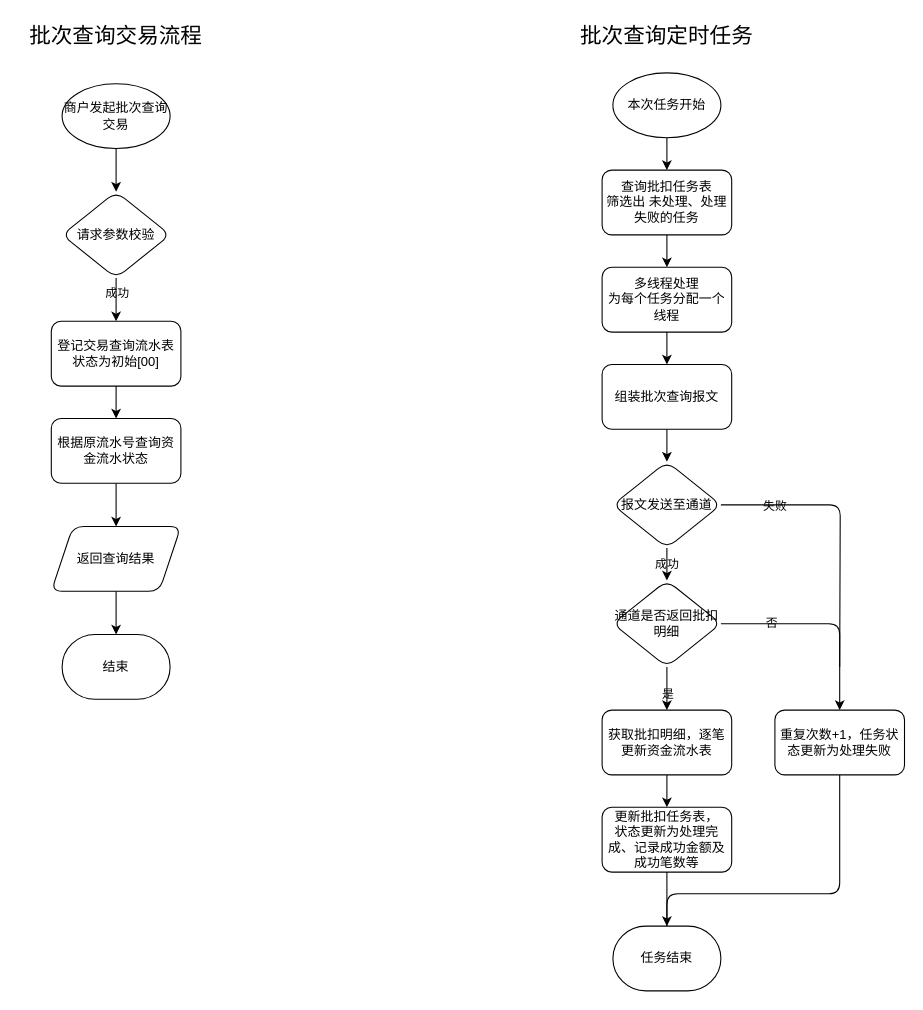
This is 批次查询流程.drawio from gaofv/draw, a draw.io file, before an edit. Source tidied: cells renumbered, new cells numbered last; positions are measured from the earlier drawing's top-left corner, leaving out a move shared by most shapes. Both pictures are drawn from the tidied source at 108%, with x=0, y=0 at pixel (18, 18).
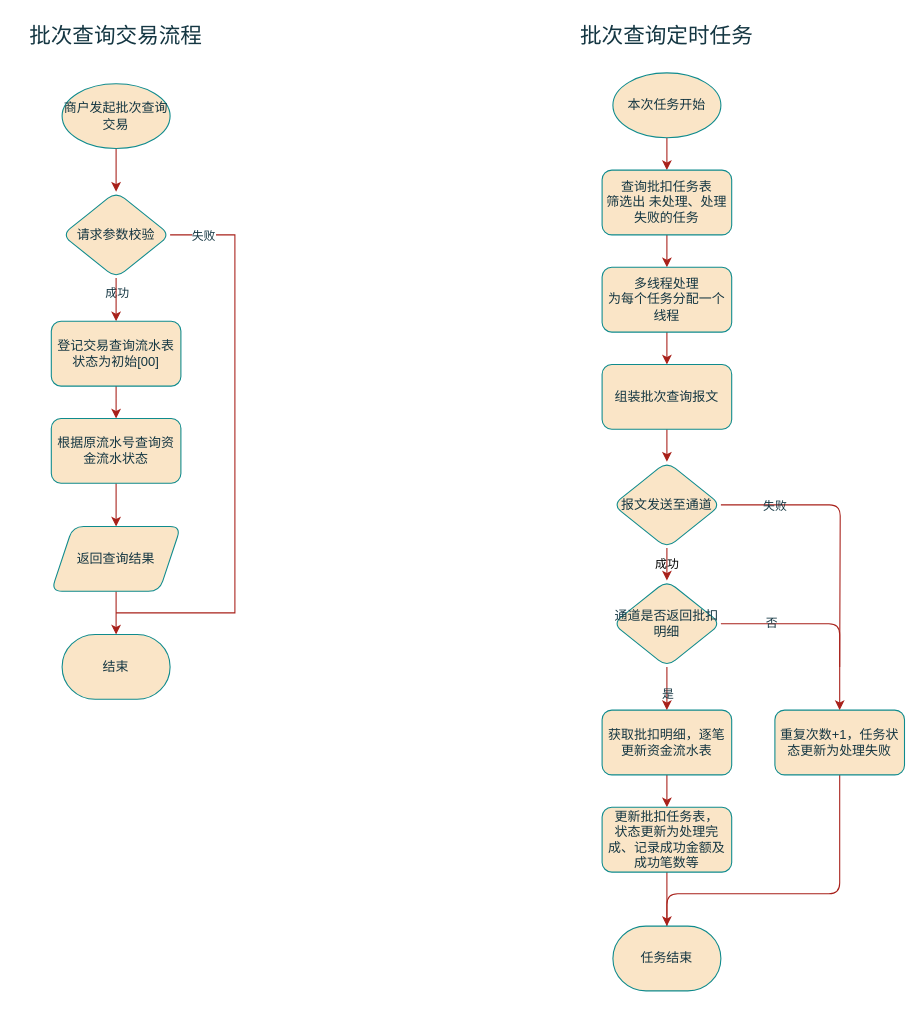
The same page after the edit.

Commit message:
更新批次查询流程.drawio

The edit, as a diff of the source:
```diff
@@
-    <mxCell id="2" style="edgeStyle=orthogonalEdgeStyle;jettySize=auto;html=1;labelBackgroundColor=none;labelBorderColor=none;fontColor=default;" parent="1" edge="1" source="3" target="6">
+    <mxCell id="2" style="edgeStyle=orthogonalEdgeStyle;jettySize=auto;html=1;labelBackgroundColor=none;labelBorderColor=none;fontColor=default;strokeColor=#A8201A;" parent="1" edge="1" source="3" target="6">
       <mxGeometry relative="1" as="geometry" />
     </mxCell>
-    <mxCell id="3" value="商户发起批次查询交易" style="strokeWidth=1;html=1;shape=mxgraph.flowchart.start_1;whiteSpace=wrap;labelBackgroundColor=none;rounded=1;labelBorderColor=none;" parent="1" vertex="1">
+    <mxCell id="3" value="商户发起批次查询交易" style="strokeWidth=1;html=1;shape=mxgraph.flowchart.start_1;whiteSpace=wrap;labelBackgroundColor=none;rounded=1;labelBorderColor=none;fillColor=#FAE5C7;strokeColor=#0F8B8D;fontColor=#143642;" parent="1" vertex="1">
       <mxGeometry x="40" y="60" width="100" height="60" as="geometry" />
     </mxCell>
-    <mxCell id="4" value="成功" style="edgeLabel;html=1;align=center;verticalAlign=middle;labelBackgroundColor=none;labelBorderColor=none;rounded=1;" parent="1" vertex="1">
+    <mxCell id="4" value="成功" style="edgeLabel;html=1;align=center;verticalAlign=middle;labelBackgroundColor=none;labelBorderColor=none;rounded=1;fontColor=#143642;" parent="1" vertex="1">
       <mxGeometry x="90" y="253.7" as="geometry" />
     </mxCell>
-    <mxCell id="5" style="edgeStyle=orthogonalEdgeStyle;rounded=1;jettySize=auto;html=1;labelBackgroundColor=none;labelBorderColor=none;fontColor=default;" parent="1" edge="1" source="6" target="9">
+    <mxCell id="5" style="edgeStyle=orthogonalEdgeStyle;rounded=1;jettySize=auto;html=1;labelBackgroundColor=none;labelBorderColor=none;fontColor=default;strokeColor=#A8201A;" parent="1" edge="1" source="6" target="9">
       <mxGeometry relative="1" as="geometry" />
     </mxCell>
+    <mxCell id="40" style="edgeStyle=orthogonalEdgeStyle;rounded=0;jettySize=auto;html=1;strokeColor=#A8201A;fontColor=#143642;fillColor=#FAE5C7;endArrow=none;endFill=0;" parent="1" edge="1" source="6">
+      <mxGeometry relative="1" as="geometry">
+        <mxPoint x="90" y="550" as="targetPoint" />
+        <Array as="points">
+          <mxPoint x="200" y="200" />
+          <mxPoint x="200" y="550" />
+        </Array>
+      </mxGeometry>
+    </mxCell>
+    <mxCell id="41" value="失败" style="edgeLabel;html=1;align=center;verticalAlign=middle;fontColor=#143642;" parent="40" vertex="1">
+      <mxGeometry x="-0.84" y="-4" relative="1" as="geometry">
+        <mxPoint x="-12" y="-4" as="offset" />
+      </mxGeometry>
+    </mxCell>
-    <mxCell id="6" value="请求参数校验" style="rhombus;whiteSpace=wrap;html=1;strokeWidth=1;labelBackgroundColor=none;rounded=1;labelBorderColor=none;" parent="1" vertex="1">
+    <mxCell id="6" value="请求参数校验" style="rhombus;whiteSpace=wrap;html=1;strokeWidth=1;labelBackgroundColor=none;rounded=1;labelBorderColor=none;fillColor=#FAE5C7;strokeColor=#0F8B8D;fontColor=#143642;" parent="1" vertex="1">
       <mxGeometry x="40" y="160" width="100" height="80" as="geometry" />
     </mxCell>
-    <mxCell id="7" value="结束" style="strokeWidth=1;html=1;shape=mxgraph.flowchart.terminator;whiteSpace=wrap;labelBackgroundColor=none;rounded=1;labelBorderColor=none;" parent="1" vertex="1">
+    <mxCell id="7" value="结束" style="strokeWidth=1;html=1;shape=mxgraph.flowchart.terminator;whiteSpace=wrap;labelBackgroundColor=none;rounded=1;labelBorderColor=none;fillColor=#FAE5C7;strokeColor=#0F8B8D;fontColor=#143642;" parent="1" vertex="1">
       <mxGeometry x="40" y="570" width="100" height="60" as="geometry" />
     </mxCell>
-    <mxCell id="8" style="edgeStyle=orthogonalEdgeStyle;jettySize=auto;html=1;labelBackgroundColor=none;labelBorderColor=none;fontColor=default;" parent="1" edge="1" source="9" target="11">
+    <mxCell id="8" style="edgeStyle=orthogonalEdgeStyle;jettySize=auto;html=1;labelBackgroundColor=none;labelBorderColor=none;fontColor=default;strokeColor=#A8201A;" parent="1" edge="1" source="9" target="11">
       <mxGeometry relative="1" as="geometry" />
     </mxCell>
-    <mxCell id="9" value="登记交易查询流水表&lt;br&gt;状态为初始[00]" style="whiteSpace=wrap;html=1;strokeWidth=1;labelBackgroundColor=none;rounded=1;labelBorderColor=none;" parent="1" vertex="1">
+    <mxCell id="9" value="登记交易查询流水表&lt;br&gt;状态为初始[00]" style="whiteSpace=wrap;html=1;strokeWidth=1;labelBackgroundColor=none;rounded=1;labelBorderColor=none;fillColor=#FAE5C7;strokeColor=#0F8B8D;fontColor=#143642;" parent="1" vertex="1">
       <mxGeometry x="30" y="280" width="120" height="60" as="geometry" />
     </mxCell>
-    <mxCell id="10" style="edgeStyle=orthogonalEdgeStyle;jettySize=auto;html=1;labelBackgroundColor=none;labelBorderColor=none;fontColor=default;" parent="1" edge="1" source="11" target="13">
+    <mxCell id="10" style="edgeStyle=orthogonalEdgeStyle;jettySize=auto;html=1;labelBackgroundColor=none;labelBorderColor=none;fontColor=default;strokeColor=#A8201A;" parent="1" edge="1" source="11" target="13">
       <mxGeometry relative="1" as="geometry" />
     </mxCell>
-    <mxCell id="11" value="根据原流水号查询资金流水状态" style="whiteSpace=wrap;html=1;strokeWidth=1;labelBackgroundColor=none;rounded=1;labelBorderColor=none;" parent="1" vertex="1">
+    <mxCell id="11" value="根据原流水号查询资金流水状态" style="whiteSpace=wrap;html=1;strokeWidth=1;labelBackgroundColor=none;rounded=1;labelBorderColor=none;fillColor=#FAE5C7;strokeColor=#0F8B8D;fontColor=#143642;" parent="1" vertex="1">
       <mxGeometry x="30" y="370" width="120" height="60" as="geometry" />
     </mxCell>
-    <mxCell id="12" style="edgeStyle=orthogonalEdgeStyle;jettySize=auto;html=1;labelBackgroundColor=none;labelBorderColor=none;fontColor=default;" parent="1" edge="1" source="13" target="7">
+    <mxCell id="12" style="edgeStyle=orthogonalEdgeStyle;jettySize=auto;html=1;labelBackgroundColor=none;labelBorderColor=none;fontColor=default;strokeColor=#A8201A;" parent="1" edge="1" source="13" target="7">
       <mxGeometry relative="1" as="geometry" />
     </mxCell>
-    <mxCell id="13" value="返回查询结果" style="shape=parallelogram;perimeter=parallelogramPerimeter;whiteSpace=wrap;html=1;fixedSize=1;strokeWidth=1;labelBackgroundColor=none;rounded=1;labelBorderColor=none;" parent="1" vertex="1">
+    <mxCell id="13" value="返回查询结果" style="shape=parallelogram;perimeter=parallelogramPerimeter;whiteSpace=wrap;html=1;fixedSize=1;strokeWidth=1;labelBackgroundColor=none;rounded=1;labelBorderColor=none;fillColor=#FAE5C7;strokeColor=#0F8B8D;fontColor=#143642;" parent="1" vertex="1">
       <mxGeometry x="30" y="470" width="120" height="60" as="geometry" />
     </mxCell>
-    <mxCell id="14" value="批次查询交易流程" style="text;html=1;strokeColor=none;fillColor=none;align=center;verticalAlign=middle;whiteSpace=wrap;rounded=1;fontSize=20;labelBackgroundColor=none;labelBorderColor=none;" parent="1" vertex="1">
+    <mxCell id="14" value="批次查询交易流程" style="text;html=1;strokeColor=none;fillColor=none;align=center;verticalAlign=middle;whiteSpace=wrap;rounded=1;fontSize=20;labelBackgroundColor=none;labelBorderColor=none;fontColor=#143642;" parent="1" vertex="1">
       <mxGeometry width="180" height="30" as="geometry" />
     </mxCell>
-    <mxCell id="15" value="批次查询定时任务" style="text;html=1;strokeColor=none;fillColor=none;align=center;verticalAlign=middle;whiteSpace=wrap;rounded=1;fontSize=20;labelBackgroundColor=none;labelBorderColor=none;" parent="1" vertex="1">
+    <mxCell id="15" value="批次查询定时任务" style="text;html=1;strokeColor=none;fillColor=none;align=center;verticalAlign=middle;whiteSpace=wrap;rounded=1;fontSize=20;labelBackgroundColor=none;labelBorderColor=none;fontColor=#143642;" parent="1" vertex="1">
       <mxGeometry x="490" width="220" height="30" as="geometry" />
     </mxCell>
-    <mxCell id="16" style="edgeStyle=orthogonalEdgeStyle;rounded=1;jettySize=auto;html=1;labelBackgroundColor=none;labelBorderColor=none;fontColor=default;" parent="1" edge="1" source="17" target="19">
+    <mxCell id="16" style="edgeStyle=orthogonalEdgeStyle;rounded=1;jettySize=auto;html=1;labelBackgroundColor=none;labelBorderColor=none;fontColor=default;strokeColor=#A8201A;" parent="1" edge="1" source="17" target="19">
       <mxGeometry relative="1" as="geometry" />
     </mxCell>
-    <mxCell id="17" value="本次任务开始" style="strokeWidth=1;html=1;shape=mxgraph.flowchart.start_1;whiteSpace=wrap;labelBackgroundColor=none;rounded=1;labelBorderColor=none;" parent="1" vertex="1">
+    <mxCell id="17" value="本次任务开始" style="strokeWidth=1;html=1;shape=mxgraph.flowchart.start_1;whiteSpace=wrap;labelBackgroundColor=none;rounded=1;labelBorderColor=none;fillColor=#FAE5C7;strokeColor=#0F8B8D;fontColor=#143642;" parent="1" vertex="1">
       <mxGeometry x="550" y="50" width="100" height="60" as="geometry" />
     </mxCell>
-    <mxCell id="18" style="edgeStyle=orthogonalEdgeStyle;rounded=1;jettySize=auto;html=1;labelBackgroundColor=none;labelBorderColor=none;fontColor=default;" parent="1" edge="1" source="19" target="21">
+    <mxCell id="18" style="edgeStyle=orthogonalEdgeStyle;rounded=1;jettySize=auto;html=1;labelBackgroundColor=none;labelBorderColor=none;fontColor=default;strokeColor=#A8201A;" parent="1" edge="1" source="19" target="21">
       <mxGeometry relative="1" as="geometry" />
     </mxCell>
-    <mxCell id="19" value="查询批扣任务表&lt;br&gt;筛选出 未处理、处理失败的任务" style="whiteSpace=wrap;html=1;strokeWidth=1;labelBackgroundColor=none;rounded=1;labelBorderColor=none;" parent="1" vertex="1">
+    <mxCell id="19" value="查询批扣任务表&lt;br&gt;筛选出 未处理、处理失败的任务" style="whiteSpace=wrap;html=1;strokeWidth=1;labelBackgroundColor=none;rounded=1;labelBorderColor=none;fillColor=#FAE5C7;strokeColor=#0F8B8D;fontColor=#143642;" parent="1" vertex="1">
       <mxGeometry x="540" y="140" width="120" height="60" as="geometry" />
     </mxCell>
-    <mxCell id="20" style="edgeStyle=orthogonalEdgeStyle;rounded=1;jettySize=auto;html=1;labelBackgroundColor=none;labelBorderColor=none;fontColor=default;" parent="1" edge="1" source="21" target="23">
+    <mxCell id="20" style="edgeStyle=orthogonalEdgeStyle;rounded=1;jettySize=auto;html=1;labelBackgroundColor=none;labelBorderColor=none;fontColor=default;strokeColor=#A8201A;" parent="1" edge="1" source="21" target="23">
       <mxGeometry relative="1" as="geometry" />
     </mxCell>
-    <mxCell id="21" value="多线程处理&lt;br&gt;为每个任务分配一个线程" style="whiteSpace=wrap;html=1;strokeWidth=1;labelBackgroundColor=none;rounded=1;labelBorderColor=none;" parent="1" vertex="1">
+    <mxCell id="21" value="多线程处理&lt;br&gt;为每个任务分配一个线程" style="whiteSpace=wrap;html=1;strokeWidth=1;labelBackgroundColor=none;rounded=1;labelBorderColor=none;fillColor=#FAE5C7;strokeColor=#0F8B8D;fontColor=#143642;" parent="1" vertex="1">
       <mxGeometry x="540" y="230" width="120" height="60" as="geometry" />
     </mxCell>
-    <mxCell id="22" style="edgeStyle=orthogonalEdgeStyle;rounded=1;jettySize=auto;html=1;labelBackgroundColor=none;labelBorderColor=none;fontColor=default;" parent="1" edge="1" source="23" target="27">
+    <mxCell id="22" style="edgeStyle=orthogonalEdgeStyle;rounded=1;jettySize=auto;html=1;labelBackgroundColor=none;labelBorderColor=none;fontColor=default;strokeColor=#A8201A;" parent="1" edge="1" source="23" target="27">
       <mxGeometry relative="1" as="geometry" />
     </mxCell>
-    <mxCell id="23" value="组装批次查询报文" style="whiteSpace=wrap;html=1;strokeWidth=1;labelBackgroundColor=none;rounded=1;labelBorderColor=none;" parent="1" vertex="1">
+    <mxCell id="23" value="组装批次查询报文" style="whiteSpace=wrap;html=1;strokeWidth=1;labelBackgroundColor=none;rounded=1;labelBorderColor=none;fillColor=#FAE5C7;strokeColor=#0F8B8D;fontColor=#143642;" parent="1" vertex="1">
       <mxGeometry x="540" y="320" width="120" height="60" as="geometry" />
     </mxCell>
-    <mxCell id="24" style="edgeStyle=orthogonalEdgeStyle;rounded=1;jettySize=auto;html=1;endArrow=none;endFill=0;labelBackgroundColor=none;labelBorderColor=none;fontColor=default;" parent="1" edge="1" source="27">
+    <mxCell id="24" style="edgeStyle=orthogonalEdgeStyle;rounded=1;jettySize=auto;html=1;endArrow=none;endFill=0;labelBackgroundColor=none;labelBorderColor=none;fontColor=default;strokeColor=#A8201A;" parent="1" edge="1" source="27">
       <mxGeometry relative="1" as="geometry">
         <mxPoint x="760" y="600" as="targetPoint" />
       </mxGeometry>
     </mxCell>
-    <mxCell id="25" value="失败" style="edgeLabel;html=1;align=center;verticalAlign=middle;labelBackgroundColor=none;labelBorderColor=none;rounded=1;" parent="24" vertex="1">
+    <mxCell id="25" value="失败" style="edgeLabel;html=1;align=center;verticalAlign=middle;labelBackgroundColor=none;labelBorderColor=none;rounded=1;fontColor=#143642;" parent="24" vertex="1">
       <mxGeometry x="-0.36" y="2" relative="1" as="geometry">
         <mxPoint x="-34" y="2" as="offset" />
       </mxGeometry>
     </mxCell>
-    <mxCell id="26" value="成功" style="edgeStyle=orthogonalEdgeStyle;rounded=1;jettySize=auto;html=1;labelBackgroundColor=none;labelBorderColor=none;fontColor=default;" parent="1" edge="1" source="27" target="36">
+    <mxCell id="26" value="成功" style="edgeStyle=orthogonalEdgeStyle;rounded=1;jettySize=auto;html=1;labelBackgroundColor=none;labelBorderColor=none;fontColor=default;strokeColor=#A8201A;" parent="1" edge="1" source="27" target="36">
       <mxGeometry relative="1" as="geometry" />
     </mxCell>
-    <mxCell id="27" value="报文发送至通道" style="rhombus;whiteSpace=wrap;html=1;strokeWidth=1;labelBackgroundColor=none;rounded=1;labelBorderColor=none;" parent="1" vertex="1">
+    <mxCell id="27" value="报文发送至通道" style="rhombus;whiteSpace=wrap;html=1;strokeWidth=1;labelBackgroundColor=none;rounded=1;labelBorderColor=none;fillColor=#FAE5C7;strokeColor=#0F8B8D;fontColor=#143642;" parent="1" vertex="1">
       <mxGeometry x="550" y="410" width="100" height="80" as="geometry" />
     </mxCell>
-    <mxCell id="28" style="edgeStyle=orthogonalEdgeStyle;rounded=1;jettySize=auto;html=1;labelBackgroundColor=none;labelBorderColor=none;fontColor=default;" parent="1" edge="1" source="29" target="38">
+    <mxCell id="28" style="edgeStyle=orthogonalEdgeStyle;rounded=1;jettySize=auto;html=1;labelBackgroundColor=none;labelBorderColor=none;fontColor=default;strokeColor=#A8201A;" parent="1" edge="1" source="29" target="38">
       <mxGeometry relative="1" as="geometry" />
     </mxCell>
-    <mxCell id="29" value="获取批扣明细，逐笔更新资金流水表" style="whiteSpace=wrap;html=1;strokeWidth=1;labelBackgroundColor=none;rounded=1;labelBorderColor=none;" parent="1" vertex="1">
+    <mxCell id="29" value="获取批扣明细，逐笔更新资金流水表" style="whiteSpace=wrap;html=1;strokeWidth=1;labelBackgroundColor=none;rounded=1;labelBorderColor=none;fillColor=#FAE5C7;strokeColor=#0F8B8D;fontColor=#143642;" parent="1" vertex="1">
       <mxGeometry x="540" y="640" width="120" height="60" as="geometry" />
     </mxCell>
-    <mxCell id="30" style="edgeStyle=orthogonalEdgeStyle;rounded=1;jettySize=auto;html=1;endArrow=none;endFill=0;labelBackgroundColor=none;labelBorderColor=none;fontColor=default;" parent="1" edge="1" source="31">
+    <mxCell id="30" style="edgeStyle=orthogonalEdgeStyle;rounded=1;jettySize=auto;html=1;endArrow=none;endFill=0;labelBackgroundColor=none;labelBorderColor=none;fontColor=default;strokeColor=#A8201A;" parent="1" edge="1" source="31">
       <mxGeometry relative="1" as="geometry">
         <mxPoint x="600" y="880" as="targetPoint" />
         <Array as="points">
           <mxPoint x="760" y="810" />
           <mxPoint x="600" y="810" />
         </Array>
       </mxGeometry>
     </mxCell>
-    <mxCell id="31" value="重复次数+1，任务状态更新为处理失败" style="whiteSpace=wrap;html=1;strokeWidth=1;labelBackgroundColor=none;rounded=1;labelBorderColor=none;" parent="1" vertex="1">
+    <mxCell id="31" value="重复次数+1，任务状态更新为处理失败" style="whiteSpace=wrap;html=1;strokeWidth=1;labelBackgroundColor=none;rounded=1;labelBorderColor=none;fillColor=#FAE5C7;strokeColor=#0F8B8D;fontColor=#143642;" parent="1" vertex="1">
       <mxGeometry x="700" y="640" width="120" height="60" as="geometry" />
     </mxCell>
-    <mxCell id="32" style="edgeStyle=orthogonalEdgeStyle;rounded=1;jettySize=auto;html=1;labelBackgroundColor=none;labelBorderColor=none;fontColor=default;" parent="1" edge="1" source="36" target="29">
+    <mxCell id="32" style="edgeStyle=orthogonalEdgeStyle;rounded=1;jettySize=auto;html=1;labelBackgroundColor=none;labelBorderColor=none;fontColor=default;strokeColor=#A8201A;" parent="1" edge="1" source="36" target="29">
       <mxGeometry relative="1" as="geometry" />
     </mxCell>
-    <mxCell id="33" value="是" style="edgeLabel;html=1;align=center;verticalAlign=middle;labelBackgroundColor=none;labelBorderColor=none;rounded=1;" parent="32" vertex="1">
+    <mxCell id="33" value="是" style="edgeLabel;html=1;align=center;verticalAlign=middle;labelBackgroundColor=none;labelBorderColor=none;rounded=1;fontColor=#143642;" parent="32" vertex="1">
       <mxGeometry x="-0.44" y="1" relative="1" as="geometry">
         <mxPoint x="-1" y="13" as="offset" />
       </mxGeometry>
     </mxCell>
-    <mxCell id="34" style="edgeStyle=orthogonalEdgeStyle;rounded=1;jettySize=auto;html=1;entryX=0.5;entryY=0;entryDx=0;entryDy=0;labelBackgroundColor=none;labelBorderColor=none;fontColor=default;" parent="1" edge="1" source="36" target="31">
+    <mxCell id="34" style="edgeStyle=orthogonalEdgeStyle;rounded=1;jettySize=auto;html=1;entryX=0.5;entryY=0;entryDx=0;entryDy=0;labelBackgroundColor=none;labelBorderColor=none;fontColor=default;strokeColor=#A8201A;" parent="1" edge="1" source="36" target="31">
       <mxGeometry relative="1" as="geometry" />
     </mxCell>
-    <mxCell id="35" value="否" style="edgeLabel;html=1;align=center;verticalAlign=middle;labelBackgroundColor=none;labelBorderColor=none;rounded=1;" parent="34" vertex="1">
+    <mxCell id="35" value="否" style="edgeLabel;html=1;align=center;verticalAlign=middle;labelBackgroundColor=none;labelBorderColor=none;rounded=1;fontColor=#143642;" parent="34" vertex="1">
       <mxGeometry x="-0.52" y="2" relative="1" as="geometry">
         <mxPoint y="1" as="offset" />
       </mxGeometry>
     </mxCell>
-    <mxCell id="36" value="通道是否返回批扣明细" style="rhombus;whiteSpace=wrap;html=1;strokeWidth=1;labelBackgroundColor=none;rounded=1;labelBorderColor=none;" parent="1" vertex="1">
+    <mxCell id="36" value="通道是否返回批扣明细" style="rhombus;whiteSpace=wrap;html=1;strokeWidth=1;labelBackgroundColor=none;rounded=1;labelBorderColor=none;fillColor=#FAE5C7;strokeColor=#0F8B8D;fontColor=#143642;" parent="1" vertex="1">
       <mxGeometry x="550" y="520" width="100" height="80" as="geometry" />
     </mxCell>
-    <mxCell id="37" style="edgeStyle=orthogonalEdgeStyle;rounded=1;jettySize=auto;html=1;labelBackgroundColor=none;labelBorderColor=none;fontColor=default;" parent="1" edge="1" source="38" target="39">
+    <mxCell id="37" style="edgeStyle=orthogonalEdgeStyle;rounded=1;jettySize=auto;html=1;labelBackgroundColor=none;labelBorderColor=none;fontColor=default;strokeColor=#A8201A;" parent="1" edge="1" source="38" target="39">
       <mxGeometry relative="1" as="geometry" />
     </mxCell>
-    <mxCell id="38" value="更新批扣任务表，&lt;br&gt;状态更新为处理完成、记录成功金额及成功笔数等" style="whiteSpace=wrap;html=1;strokeWidth=1;labelBackgroundColor=none;rounded=1;labelBorderColor=none;" parent="1" vertex="1">
+    <mxCell id="38" value="更新批扣任务表，&lt;br&gt;状态更新为处理完成、记录成功金额及成功笔数等" style="whiteSpace=wrap;html=1;strokeWidth=1;labelBackgroundColor=none;rounded=1;labelBorderColor=none;fillColor=#FAE5C7;strokeColor=#0F8B8D;fontColor=#143642;" parent="1" vertex="1">
       <mxGeometry x="540" y="730" width="120" height="60" as="geometry" />
     </mxCell>
-    <mxCell id="39" value="任务结束" style="strokeWidth=1;html=1;shape=mxgraph.flowchart.terminator;whiteSpace=wrap;labelBackgroundColor=none;labelBorderColor=none;rounded=1;" parent="1" vertex="1">
+    <mxCell id="39" value="任务结束" style="strokeWidth=1;html=1;shape=mxgraph.flowchart.terminator;whiteSpace=wrap;labelBackgroundColor=none;labelBorderColor=none;rounded=1;fillColor=#FAE5C7;strokeColor=#0F8B8D;fontColor=#143642;" parent="1" vertex="1">
       <mxGeometry x="550" y="840" width="100" height="60" as="geometry" />
     </mxCell>
```
